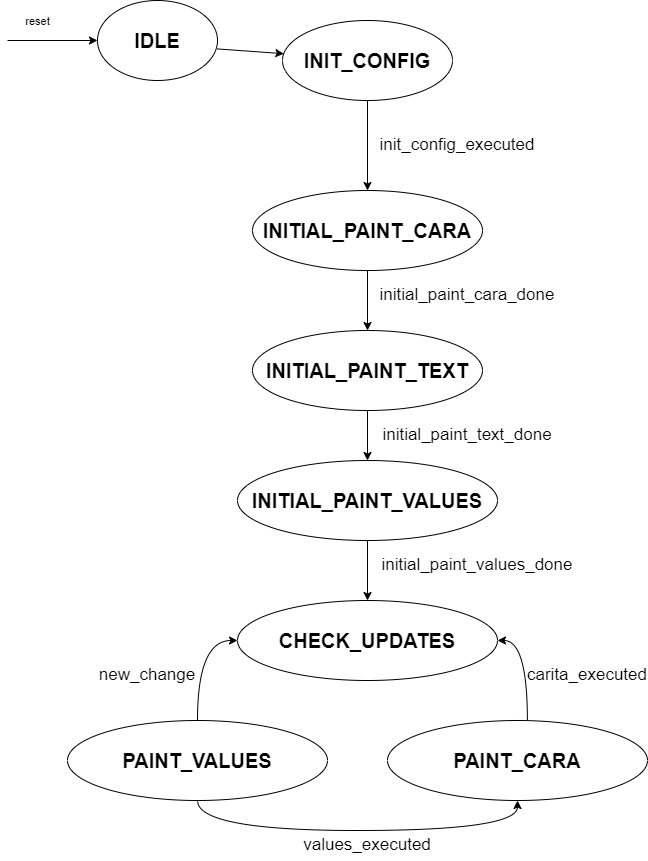
Before: figs/lcd/fsm_controller_lcd.png, a diagram exported from draw.io (unal-edigital1-lab/entrega-1-proyecto-grupo01-2024-1). Source tidied: cells renumbered, new cells last; positions are measured from the earlier drawing's top-left corner, leaving out a move shared by most shapes.
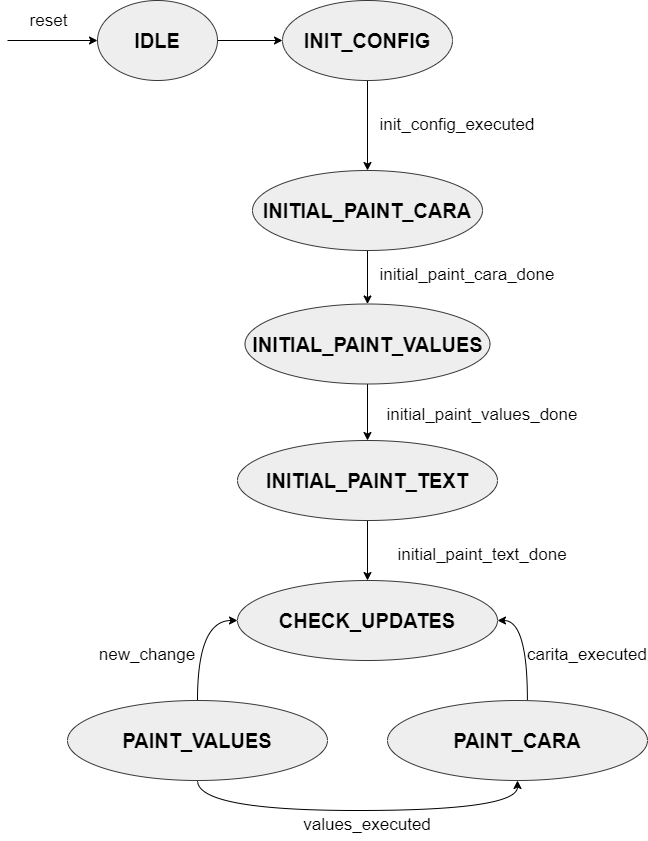
Later version of the same file.

Diff of the diagram source:
```diff
@@ -2,34 +2,37 @@
   <root>
     <mxCell id="0" />
     <mxCell id="1" parent="0" />
+    <mxCell id="17" style="edgeStyle=orthogonalEdgeStyle;rounded=0;jettySize=auto;html=1;entryX=0;entryY=0.5;entryDx=0;entryDy=0;" parent="1" edge="1" source="2" target="4">
+      <mxGeometry relative="1" as="geometry" />
+    </mxCell>
-    <mxCell id="2" value="&lt;b&gt;&lt;font style=&quot;font-size: 20px;&quot;&gt;IDLE&lt;/font&gt;&lt;/b&gt;" style="ellipse;whiteSpace=wrap;html=1;" parent="1" vertex="1">
-      <mxGeometry x="90" width="120" height="80" as="geometry" />
+    <mxCell id="2" value="&lt;b&gt;&lt;font style=&quot;font-size: 20px;&quot;&gt;IDLE&lt;/font&gt;&lt;/b&gt;" style="ellipse;whiteSpace=wrap;html=1;fillColor=#eeeeee;strokeColor=#36393d;" parent="1" vertex="1">
+      <mxGeometry x="90" y="20" width="120" height="80" as="geometry" />
     </mxCell>
     <mxCell id="3" style="edgeStyle=orthogonalEdgeStyle;rounded=0;jettySize=auto;html=1;" parent="1" edge="1" source="4" target="6">
       <mxGeometry relative="1" as="geometry" />
     </mxCell>
-    <mxCell id="4" value="&lt;span style=&quot;font-size: 20px;&quot;&gt;&lt;b&gt;INIT_CONFIG&lt;/b&gt;&lt;/span&gt;" style="ellipse;whiteSpace=wrap;html=1;" parent="1" vertex="1">
+    <mxCell id="4" value="&lt;span style=&quot;font-size: 20px;&quot;&gt;&lt;b&gt;INIT_CONFIG&lt;/b&gt;&lt;/span&gt;" style="ellipse;whiteSpace=wrap;html=1;fillColor=#eeeeee;strokeColor=#36393d;" parent="1" vertex="1">
       <mxGeometry x="275" y="20" width="170" height="80" as="geometry" />
     </mxCell>
     <mxCell id="5" style="edgeStyle=orthogonalEdgeStyle;rounded=0;jettySize=auto;html=1;" parent="1" edge="1" source="6" target="8">
       <mxGeometry relative="1" as="geometry" />
     </mxCell>
-    <mxCell id="6" value="&lt;span style=&quot;font-size: 20px;&quot;&gt;&lt;b&gt;INITIAL_PAINT_CARA&lt;/b&gt;&lt;/span&gt;" style="ellipse;whiteSpace=wrap;html=1;" parent="1" vertex="1">
+    <mxCell id="6" value="&lt;span style=&quot;font-size: 20px;&quot;&gt;&lt;b&gt;INITIAL_PAINT_CARA&lt;/b&gt;&lt;/span&gt;" style="ellipse;whiteSpace=wrap;html=1;fillColor=#eeeeee;strokeColor=#36393d;" parent="1" vertex="1">
       <mxGeometry x="245" y="190" width="230" height="80" as="geometry" />
     </mxCell>
     <mxCell id="7" style="edgeStyle=orthogonalEdgeStyle;rounded=0;jettySize=auto;html=1;entryX=0.5;entryY=0;entryDx=0;entryDy=0;" parent="1" edge="1" source="8" target="10">
       <mxGeometry relative="1" as="geometry" />
     </mxCell>
-    <mxCell id="8" value="&lt;span style=&quot;font-size: 20px;&quot;&gt;&lt;b&gt;INITIAL_PAINT_TEXT&lt;/b&gt;&lt;/span&gt;" style="ellipse;whiteSpace=wrap;html=1;" parent="1" vertex="1">
-      <mxGeometry x="245" y="330" width="230" height="80" as="geometry" />
+    <mxCell id="8" value="&lt;b style=&quot;font-size: 20px;&quot;&gt;INITIAL_PAINT_VALUES&lt;/b&gt;" style="ellipse;whiteSpace=wrap;html=1;fillColor=#eeeeee;strokeColor=#36393d;" parent="1" vertex="1">
+      <mxGeometry x="237.5" y="323.5" width="245" height="80" as="geometry" />
     </mxCell>
     <mxCell id="9" style="edgeStyle=orthogonalEdgeStyle;rounded=0;jettySize=auto;html=1;" parent="1" edge="1" source="10" target="11">
       <mxGeometry relative="1" as="geometry" />
     </mxCell>
-    <mxCell id="10" value="&lt;span style=&quot;font-size: 20px;&quot;&gt;&lt;b&gt;INITIAL_PAINT_VALUES&lt;/b&gt;&lt;/span&gt;" style="ellipse;whiteSpace=wrap;html=1;" parent="1" vertex="1">
+    <mxCell id="10" value="&lt;span style=&quot;font-size: 20px;&quot;&gt;&lt;b&gt;INITIAL_PAINT_TEXT&lt;/b&gt;&lt;/span&gt;" style="ellipse;whiteSpace=wrap;html=1;fillColor=#eeeeee;strokeColor=#36393d;" parent="1" vertex="1">
       <mxGeometry x="230" y="460" width="260" height="80" as="geometry" />
     </mxCell>
-    <mxCell id="11" value="&lt;span style=&quot;font-size: 20px;&quot;&gt;&lt;b&gt;CHECK_UPDATES&lt;/b&gt;&lt;/span&gt;&lt;span style=&quot;color: rgba(0, 0, 0, 0); font-family: monospace; font-size: 0px; text-align: start; text-wrap: nowrap;&quot;&gt;%3CmxGraphModel%3E%3Croot%3E%3CmxCell%20id%3D%220%22%2F%3E%3CmxCell%20id%3D%221%22%20parent%3D%220%22%2F%3E%3CmxCell%20id%3D%222%22%20value%3D%22%26lt%3Bspan%20style%3D%26quot%3Bfont-size%3A%2020px%3B%26quot%3B%26gt%3B%26lt%3Bb%26gt%3BINITIAL_PAINT_VALUES%26lt%3B%2Fb%26gt%3B%26lt%3B%2Fspan%26gt%3B%22%20style%3D%22ellipse%3BwhiteSpace%3Dwrap%3Bhtml%3D1%3B%22%20vertex%3D%221%22%20parent%3D%221%22%3E%3CmxGeometry%20x%3D%22180%22%20y%3D%22570%22%20width%3D%22260%22%20height%3D%2280%22%20as%3D%22geometry%22%2F%3E%3C%2FmxCell%3E%3C%2Froot%3E%3C%2FmxGraphModel%3E&lt;/span&gt;" style="ellipse;whiteSpace=wrap;html=1;" parent="1" vertex="1">
+    <mxCell id="11" value="&lt;span style=&quot;font-size: 20px;&quot;&gt;&lt;b&gt;CHECK_UPDATES&lt;/b&gt;&lt;/span&gt;&lt;span style=&quot;color: rgba(0, 0, 0, 0); font-family: monospace; font-size: 0px; text-align: start; text-wrap: nowrap;&quot;&gt;%3CmxGraphModel%3E%3Croot%3E%3CmxCell%20id%3D%220%22%2F%3E%3CmxCell%20id%3D%221%22%20parent%3D%220%22%2F%3E%3CmxCell%20id%3D%222%22%20value%3D%22%26lt%3Bspan%20style%3D%26quot%3Bfont-size%3A%2020px%3B%26quot%3B%26gt%3B%26lt%3Bb%26gt%3BINITIAL_PAINT_VALUES%26lt%3B%2Fb%26gt%3B%26lt%3B%2Fspan%26gt%3B%22%20style%3D%22ellipse%3BwhiteSpace%3Dwrap%3Bhtml%3D1%3B%22%20vertex%3D%221%22%20parent%3D%221%22%3E%3CmxGeometry%20x%3D%22180%22%20y%3D%22570%22%20width%3D%22260%22%20height%3D%2280%22%20as%3D%22geometry%22%2F%3E%3C%2FmxCell%3E%3C%2Froot%3E%3C%2FmxGraphModel%3E&lt;/span&gt;" style="ellipse;whiteSpace=wrap;html=1;fillColor=#eeeeee;strokeColor=#36393d;" parent="1" vertex="1">
       <mxGeometry x="230" y="600" width="260" height="80" as="geometry" />
     </mxCell>
     <mxCell id="12" style="edgeStyle=orthogonalEdgeStyle;rounded=0;jettySize=auto;html=1;curved=1;entryX=0.5;entryY=1;entryDx=0;entryDy=0;exitX=0.5;exitY=1;exitDx=0;exitDy=0;" parent="1" edge="1" source="14" target="16">
@@ -43,18 +46,15 @@
     <mxCell id="13" style="edgeStyle=orthogonalEdgeStyle;rounded=0;jettySize=auto;html=1;entryX=0;entryY=0.5;entryDx=0;entryDy=0;curved=1;" parent="1" edge="1" source="14" target="11">
       <mxGeometry relative="1" as="geometry" />
     </mxCell>
-    <mxCell id="14" value="&lt;span style=&quot;font-size: 20px;&quot;&gt;&lt;b&gt;PAINT_VALUES&lt;/b&gt;&lt;/span&gt;" style="ellipse;whiteSpace=wrap;html=1;" parent="1" vertex="1">
+    <mxCell id="14" value="&lt;span style=&quot;font-size: 20px;&quot;&gt;&lt;b&gt;PAINT_VALUES&lt;/b&gt;&lt;/span&gt;" style="ellipse;whiteSpace=wrap;html=1;fillColor=#eeeeee;strokeColor=#36393d;" parent="1" vertex="1">
       <mxGeometry x="60" y="720" width="260" height="80" as="geometry" />
     </mxCell>
     <mxCell id="15" style="edgeStyle=orthogonalEdgeStyle;rounded=0;jettySize=auto;html=1;entryX=1;entryY=0.5;entryDx=0;entryDy=0;curved=1;exitX=0.538;exitY=0;exitDx=0;exitDy=0;exitPerimeter=0;" parent="1" edge="1" source="16" target="11">
       <mxGeometry relative="1" as="geometry" />
     </mxCell>
-    <mxCell id="16" value="&lt;span style=&quot;font-size: 20px;&quot;&gt;&lt;b&gt;PAINT_CARA&lt;/b&gt;&lt;/span&gt;" style="ellipse;whiteSpace=wrap;html=1;" parent="1" vertex="1">
+    <mxCell id="16" value="&lt;span style=&quot;font-size: 20px;&quot;&gt;&lt;b&gt;PAINT_CARA&lt;/b&gt;&lt;/span&gt;" style="ellipse;whiteSpace=wrap;html=1;fillColor=#eeeeee;strokeColor=#36393d;" parent="1" vertex="1">
       <mxGeometry x="380" y="720" width="260" height="80" as="geometry" />
     </mxCell>
-    <mxCell id="17" style="endArrow=classic;html=1;rounded=0;exitX=0.997;exitY=0.605;exitDx=0;exitDy=0;entryX=0.008;entryY=0.415;entryDx=0;entryDy=0;entryPerimeter=0;exitPerimeter=0;" parent="1" edge="1" source="2" target="4">
-      <mxGeometry relative="1" as="geometry" />
-    </mxCell>
     <mxCell id="18" value="init_config_executed" style="text;html=1;align=center;verticalAlign=middle;whiteSpace=wrap;rounded=0;fontSize=17;" parent="1" vertex="1">
       <mxGeometry x="420" y="130" width="60" height="30" as="geometry" />
     </mxCell>
@@ -62,10 +62,10 @@
       <mxGeometry x="430" y="280" width="60" height="30" as="geometry" />
     </mxCell>
     <mxCell id="20" value="initial_paint_text_done" style="text;html=1;align=center;verticalAlign=middle;whiteSpace=wrap;rounded=0;fontSize=17;" parent="1" vertex="1">
-      <mxGeometry x="430" y="420" width="60" height="30" as="geometry" />
+      <mxGeometry x="445" y="560" width="60" height="30" as="geometry" />
     </mxCell>
     <mxCell id="21" value="initial_paint_values_done" style="text;html=1;align=center;verticalAlign=middle;whiteSpace=wrap;rounded=0;fontSize=17;" parent="1" vertex="1">
-      <mxGeometry x="440" y="550" width="60" height="30" as="geometry" />
+      <mxGeometry x="445" y="420" width="60" height="30" as="geometry" />
     </mxCell>
     <mxCell id="22" value="new_change" style="text;html=1;align=center;verticalAlign=middle;whiteSpace=wrap;rounded=0;fontSize=17;" parent="1" vertex="1">
       <mxGeometry x="110" y="660" width="60" height="30" as="geometry" />
@@ -78,12 +78,12 @@
     </mxCell>
     <mxCell id="25" style="endArrow=classic;html=1;rounded=0;entryX=0;entryY=0.5;entryDx=0;entryDy=0;" parent="1" edge="1" target="2">
       <mxGeometry relative="1" as="geometry">
-        <mxPoint y="40" as="sourcePoint" />
+        <mxPoint y="60" as="sourcePoint" />
       </mxGeometry>
     </mxCell>
-    <mxCell id="26" value="reset" style="edgeLabel;html=1;align=center;verticalAlign=middle;" parent="25" vertex="1">
+    <mxCell id="26" value="reset" style="edgeLabel;html=1;align=center;verticalAlign=middle;fontSize=17;" parent="25" vertex="1">
       <mxGeometry x="-0.35" y="1" relative="1" as="geometry">
-        <mxPoint y="-19" as="offset" />
+        <mxPoint x="10" y="-19" as="offset" />
       </mxGeometry>
     </mxCell>
   </root>
```
